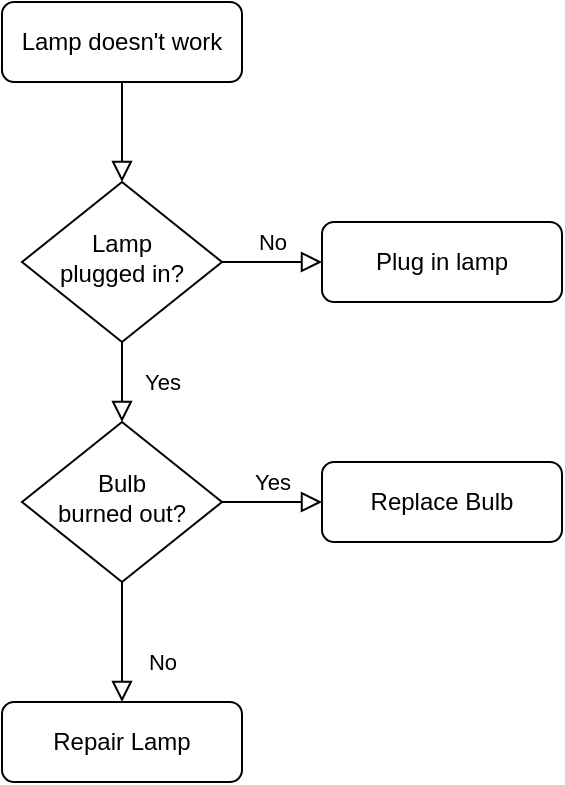
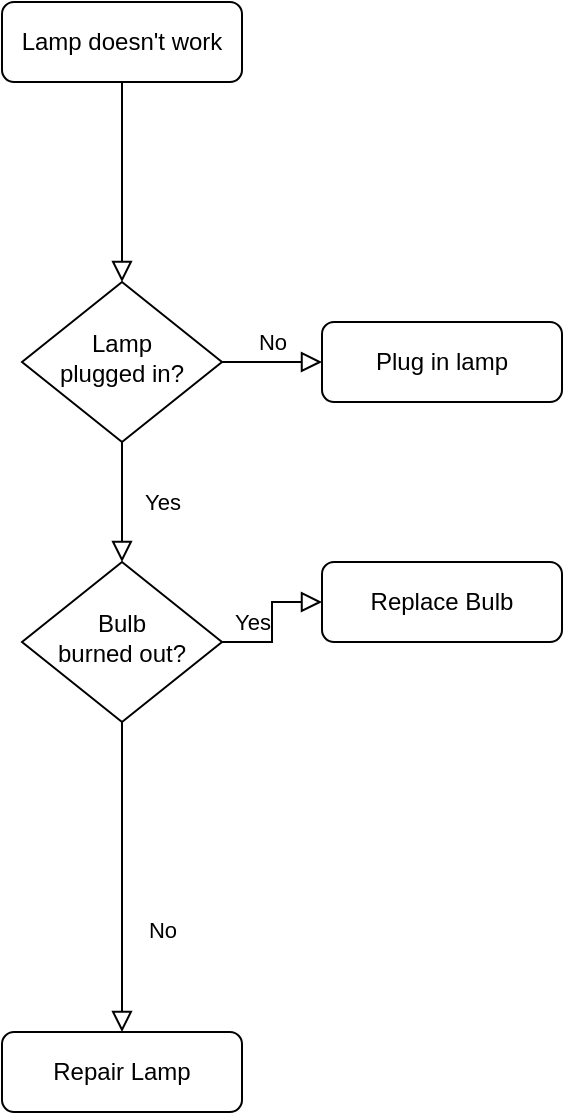
<mxfile host="app.diagrams.net">
  <diagram id="C5RBs43oDa-KdzZeNtuy" name="Page-1">
-     <mxGraphModel dx="1223" dy="898" grid="1" gridSize="10" guides="1" tooltips="1" connect="1" arrows="1" fold="1" page="1" pageScale="1" pageWidth="827" pageHeight="1169" math="0" shadow="0">
+     <mxGraphModel dx="1534" dy="852" grid="1" gridSize="10" guides="1" tooltips="1" connect="1" arrows="1" fold="1" page="1" pageScale="1" pageWidth="827" pageHeight="1169" math="0" shadow="0">
      <root>
        <mxCell id="WIyWlLk6GJQsqaUBKTNV-0" />
        <mxCell id="WIyWlLk6GJQsqaUBKTNV-1" parent="WIyWlLk6GJQsqaUBKTNV-0" />
-         <mxCell id="WIyWlLk6GJQsqaUBKTNV-2" value="" style="rounded=0;html=1;jettySize=auto;orthogonalLoop=1;fontSize=11;endArrow=block;endFill=0;endSize=8;strokeWidth=1;shadow=0;labelBackgroundColor=none;edgeStyle=orthogonalEdgeStyle;" parent="WIyWlLk6GJQsqaUBKTNV-1" source="WIyWlLk6GJQsqaUBKTNV-3" target="WIyWlLk6GJQsqaUBKTNV-6" edge="1">
+         <mxCell id="WIyWlLk6GJQsqaUBKTNV-2" edge="1" parent="WIyWlLk6GJQsqaUBKTNV-1" source="WIyWlLk6GJQsqaUBKTNV-3" style="rounded=0;html=1;jettySize=auto;orthogonalLoop=1;fontSize=11;endArrow=block;endFill=0;endSize=8;strokeWidth=1;shadow=0;labelBackgroundColor=none;edgeStyle=orthogonalEdgeStyle;" target="WIyWlLk6GJQsqaUBKTNV-6" value="">
          <mxGeometry relative="1" as="geometry" />
        </mxCell>
-         <mxCell id="WIyWlLk6GJQsqaUBKTNV-3" value="Lamp doesn&#39;t work" style="rounded=1;whiteSpace=wrap;html=1;fontSize=12;glass=0;strokeWidth=1;shadow=0;" parent="WIyWlLk6GJQsqaUBKTNV-1" vertex="1">
-           <mxGeometry x="160" y="80" width="120" height="40" as="geometry" />
+         <mxCell id="WIyWlLk6GJQsqaUBKTNV-3" parent="WIyWlLk6GJQsqaUBKTNV-1" style="rounded=1;whiteSpace=wrap;html=1;fontSize=12;glass=0;strokeWidth=1;shadow=0;" value="Lamp doesn&#39;t work" vertex="1">
+           <mxGeometry height="40" width="120" x="160" y="30" as="geometry" />
        </mxCell>
-         <mxCell id="WIyWlLk6GJQsqaUBKTNV-4" value="Yes" style="rounded=0;html=1;jettySize=auto;orthogonalLoop=1;fontSize=11;endArrow=block;endFill=0;endSize=8;strokeWidth=1;shadow=0;labelBackgroundColor=none;edgeStyle=orthogonalEdgeStyle;" parent="WIyWlLk6GJQsqaUBKTNV-1" source="WIyWlLk6GJQsqaUBKTNV-6" target="WIyWlLk6GJQsqaUBKTNV-10" edge="1">
-           <mxGeometry y="20" relative="1" as="geometry">
+         <mxCell id="WIyWlLk6GJQsqaUBKTNV-4" edge="1" parent="WIyWlLk6GJQsqaUBKTNV-1" source="WIyWlLk6GJQsqaUBKTNV-6" style="rounded=0;html=1;jettySize=auto;orthogonalLoop=1;fontSize=11;endArrow=block;endFill=0;endSize=8;strokeWidth=1;shadow=0;labelBackgroundColor=none;edgeStyle=orthogonalEdgeStyle;" target="WIyWlLk6GJQsqaUBKTNV-10" value="Yes">
+           <mxGeometry relative="1" y="20" as="geometry">
            <mxPoint as="offset" />
          </mxGeometry>
        </mxCell>
-         <mxCell id="WIyWlLk6GJQsqaUBKTNV-5" value="No" style="edgeStyle=orthogonalEdgeStyle;rounded=0;html=1;jettySize=auto;orthogonalLoop=1;fontSize=11;endArrow=block;endFill=0;endSize=8;strokeWidth=1;shadow=0;labelBackgroundColor=none;" parent="WIyWlLk6GJQsqaUBKTNV-1" source="WIyWlLk6GJQsqaUBKTNV-6" target="WIyWlLk6GJQsqaUBKTNV-7" edge="1">
-           <mxGeometry y="10" relative="1" as="geometry">
+         <mxCell id="WIyWlLk6GJQsqaUBKTNV-5" edge="1" parent="WIyWlLk6GJQsqaUBKTNV-1" source="WIyWlLk6GJQsqaUBKTNV-6" style="edgeStyle=orthogonalEdgeStyle;rounded=0;html=1;jettySize=auto;orthogonalLoop=1;fontSize=11;endArrow=block;endFill=0;endSize=8;strokeWidth=1;shadow=0;labelBackgroundColor=none;" target="WIyWlLk6GJQsqaUBKTNV-7" value="No">
+           <mxGeometry relative="1" y="10" as="geometry">
            <mxPoint as="offset" />
          </mxGeometry>
        </mxCell>
-         <mxCell id="WIyWlLk6GJQsqaUBKTNV-6" value="Lamp&lt;br&gt;plugged in?" style="rhombus;whiteSpace=wrap;html=1;shadow=0;fontFamily=Helvetica;fontSize=12;align=center;strokeWidth=1;spacing=6;spacingTop=-4;" parent="WIyWlLk6GJQsqaUBKTNV-1" vertex="1">
-           <mxGeometry x="170" y="170" width="100" height="80" as="geometry" />
+         <mxCell id="WIyWlLk6GJQsqaUBKTNV-6" parent="WIyWlLk6GJQsqaUBKTNV-1" style="rhombus;whiteSpace=wrap;html=1;shadow=0;fontFamily=Helvetica;fontSize=12;align=center;strokeWidth=1;spacing=6;spacingTop=-4;" value="Lamp&lt;br&gt;plugged in?" vertex="1">
+           <mxGeometry height="80" width="100" x="170" y="170" as="geometry" />
        </mxCell>
-         <mxCell id="WIyWlLk6GJQsqaUBKTNV-7" value="Plug in lamp" style="rounded=1;whiteSpace=wrap;html=1;fontSize=12;glass=0;strokeWidth=1;shadow=0;" parent="WIyWlLk6GJQsqaUBKTNV-1" vertex="1">
-           <mxGeometry x="320" y="190" width="120" height="40" as="geometry" />
+         <mxCell id="WIyWlLk6GJQsqaUBKTNV-7" parent="WIyWlLk6GJQsqaUBKTNV-1" style="rounded=1;whiteSpace=wrap;html=1;fontSize=12;glass=0;strokeWidth=1;shadow=0;" value="Plug in lamp" vertex="1">
+           <mxGeometry height="40" width="120" x="320" y="190" as="geometry" />
        </mxCell>
-         <mxCell id="WIyWlLk6GJQsqaUBKTNV-8" value="No" style="rounded=0;html=1;jettySize=auto;orthogonalLoop=1;fontSize=11;endArrow=block;endFill=0;endSize=8;strokeWidth=1;shadow=0;labelBackgroundColor=none;edgeStyle=orthogonalEdgeStyle;" parent="WIyWlLk6GJQsqaUBKTNV-1" source="WIyWlLk6GJQsqaUBKTNV-10" target="WIyWlLk6GJQsqaUBKTNV-11" edge="1">
-           <mxGeometry x="0.3333" y="20" relative="1" as="geometry">
+         <mxCell id="WIyWlLk6GJQsqaUBKTNV-8" edge="1" parent="WIyWlLk6GJQsqaUBKTNV-1" source="WIyWlLk6GJQsqaUBKTNV-10" style="rounded=0;html=1;jettySize=auto;orthogonalLoop=1;fontSize=11;endArrow=block;endFill=0;endSize=8;strokeWidth=1;shadow=0;labelBackgroundColor=none;edgeStyle=orthogonalEdgeStyle;" target="WIyWlLk6GJQsqaUBKTNV-11" value="No">
+           <mxGeometry relative="1" x="0.3333" y="20" as="geometry">
            <mxPoint as="offset" />
          </mxGeometry>
        </mxCell>
-         <mxCell id="WIyWlLk6GJQsqaUBKTNV-9" value="Yes" style="edgeStyle=orthogonalEdgeStyle;rounded=0;html=1;jettySize=auto;orthogonalLoop=1;fontSize=11;endArrow=block;endFill=0;endSize=8;strokeWidth=1;shadow=0;labelBackgroundColor=none;" parent="WIyWlLk6GJQsqaUBKTNV-1" source="WIyWlLk6GJQsqaUBKTNV-10" target="WIyWlLk6GJQsqaUBKTNV-12" edge="1">
-           <mxGeometry y="10" relative="1" as="geometry">
+         <mxCell id="WIyWlLk6GJQsqaUBKTNV-9" edge="1" parent="WIyWlLk6GJQsqaUBKTNV-1" source="WIyWlLk6GJQsqaUBKTNV-10" style="edgeStyle=orthogonalEdgeStyle;rounded=0;html=1;jettySize=auto;orthogonalLoop=1;fontSize=11;endArrow=block;endFill=0;endSize=8;strokeWidth=1;shadow=0;labelBackgroundColor=none;" target="WIyWlLk6GJQsqaUBKTNV-12" value="Yes">
+           <mxGeometry relative="1" y="10" as="geometry">
            <mxPoint as="offset" />
          </mxGeometry>
        </mxCell>
-         <mxCell id="WIyWlLk6GJQsqaUBKTNV-10" value="Bulb&lt;br&gt;burned out?" style="rhombus;whiteSpace=wrap;html=1;shadow=0;fontFamily=Helvetica;fontSize=12;align=center;strokeWidth=1;spacing=6;spacingTop=-4;" parent="WIyWlLk6GJQsqaUBKTNV-1" vertex="1">
-           <mxGeometry x="170" y="290" width="100" height="80" as="geometry" />
+         <mxCell id="WIyWlLk6GJQsqaUBKTNV-10" parent="WIyWlLk6GJQsqaUBKTNV-1" style="rhombus;whiteSpace=wrap;html=1;shadow=0;fontFamily=Helvetica;fontSize=12;align=center;strokeWidth=1;spacing=6;spacingTop=-4;" value="Bulb&lt;br&gt;burned out?" vertex="1">
+           <mxGeometry height="80" width="100" x="170" y="310" as="geometry" />
        </mxCell>
-         <mxCell id="WIyWlLk6GJQsqaUBKTNV-11" value="Repair Lamp" style="rounded=1;whiteSpace=wrap;html=1;fontSize=12;glass=0;strokeWidth=1;shadow=0;" parent="WIyWlLk6GJQsqaUBKTNV-1" vertex="1">
-           <mxGeometry x="160" y="430" width="120" height="40" as="geometry" />
+         <mxCell id="WIyWlLk6GJQsqaUBKTNV-11" parent="WIyWlLk6GJQsqaUBKTNV-1" style="rounded=1;whiteSpace=wrap;html=1;fontSize=12;glass=0;strokeWidth=1;shadow=0;" value="Repair Lamp" vertex="1">
+           <mxGeometry height="40" width="120" x="160" y="545" as="geometry" />
        </mxCell>
-         <mxCell id="WIyWlLk6GJQsqaUBKTNV-12" value="Replace Bulb" style="rounded=1;whiteSpace=wrap;html=1;fontSize=12;glass=0;strokeWidth=1;shadow=0;" parent="WIyWlLk6GJQsqaUBKTNV-1" vertex="1">
-           <mxGeometry x="320" y="310" width="120" height="40" as="geometry" />
+         <mxCell id="WIyWlLk6GJQsqaUBKTNV-12" parent="WIyWlLk6GJQsqaUBKTNV-1" style="rounded=1;whiteSpace=wrap;html=1;fontSize=12;glass=0;strokeWidth=1;shadow=0;" value="Replace Bulb" vertex="1">
+           <mxGeometry height="40" width="120" x="320" y="310" as="geometry" />
        </mxCell>
      </root>
    </mxGraphModel>
  </diagram>
</mxfile>
